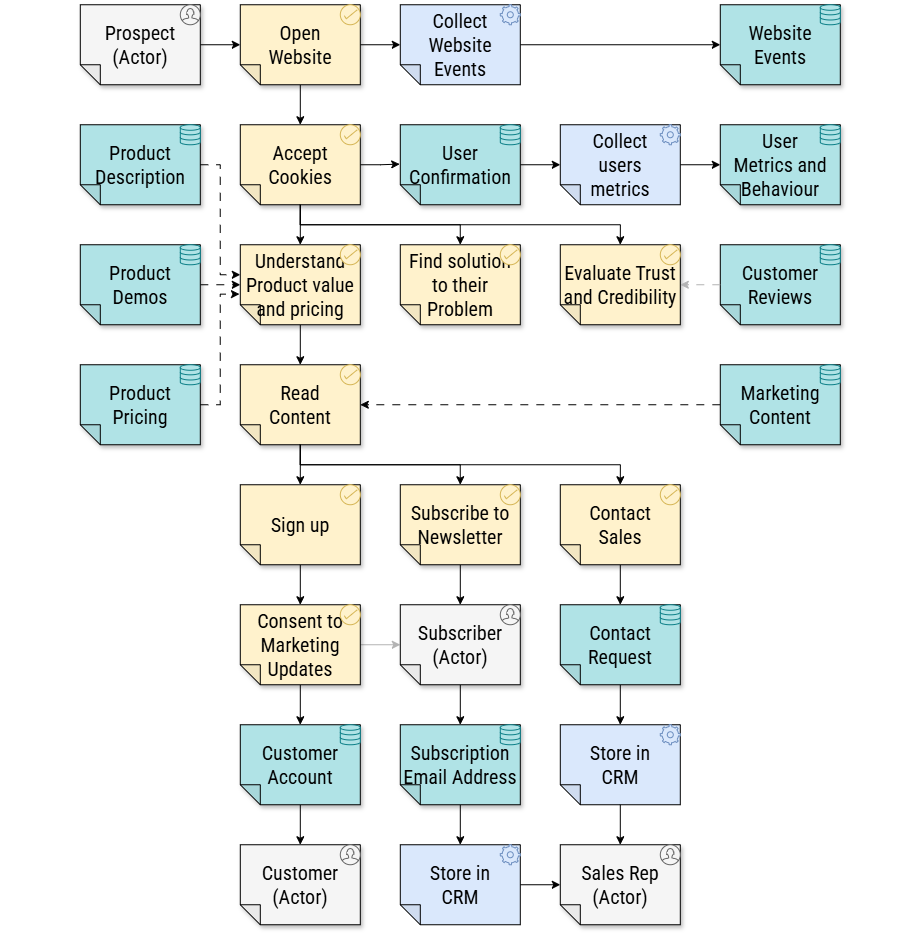
Above: chapter-06/figure-6.18.drawio.png in software-architecture-guild/modeling-software-architecture (draw.io), before the change. Source tidied: cells renumbered, new cells last; positions are measured from the earlier drawing's top-left corner, leaving out a move shared by most shapes.
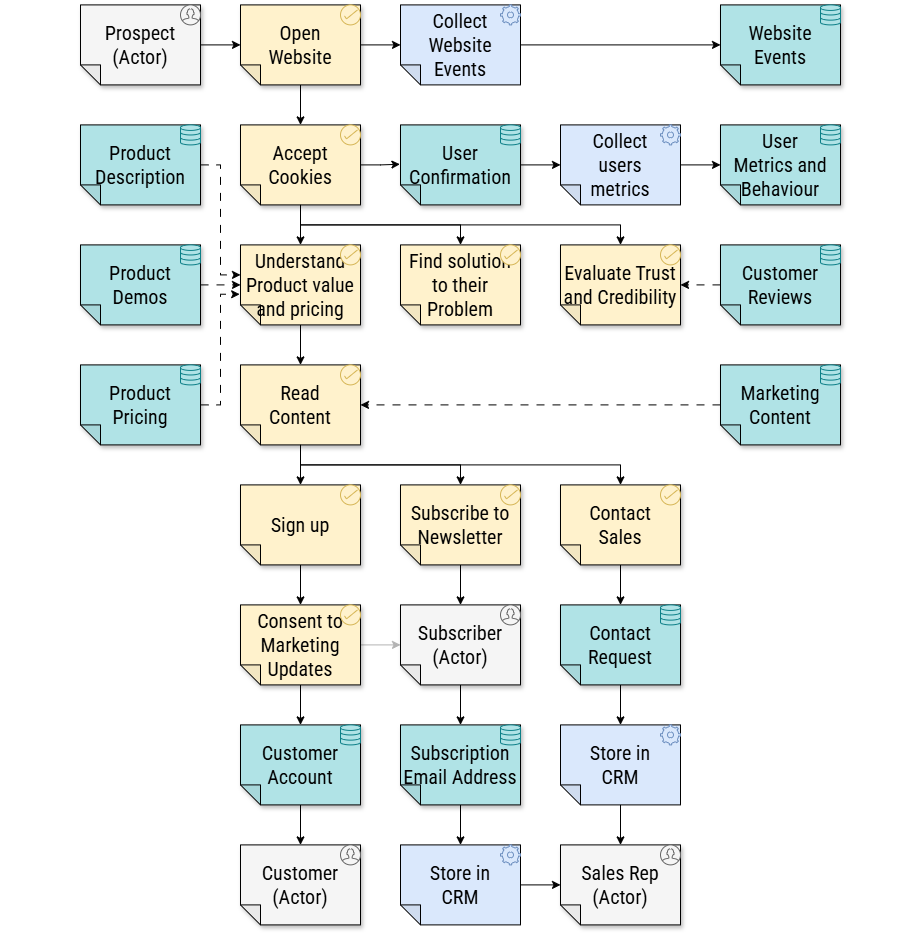
After the commit.

The edit, as a diff of the source:
```diff
@@ -242,7 +242,7 @@
     <mxCell id="81" style="html=1;verticalLabelPosition=bottom;align=center;labelBackgroundColor=#ffffff;verticalAlign=top;strokeWidth=1;shadow=0;dashed=0;shape=mxgraph.ios7.icons.data;fillColor=#b0e3e6;strokeColor=#0e8088;fontFamily=Roboto Condensed;fontSource=https%3A%2F%2Ffonts.googleapis.com%2Fcss%3Ffamily%3DRoboto%2BCondensed;fontSize=20;fontColor=#000000;" parent="1" vertex="1">
       <mxGeometry x="820" y="240" width="20" height="20" as="geometry" />
     </mxCell>
-    <mxCell id="82" style="edgeStyle=none;shape=connector;rounded=1;html=1;strokeColor=#B3B3B3;align=center;verticalAlign=middle;fontFamily=Helvetica;fontSize=11;fontColor=default;labelBackgroundColor=default;endArrow=classic;dashed=1;dashPattern=8 8;entryX=0;entryY=0.5;entryDx=0;entryDy=0;entryPerimeter=0;" parent="1" edge="1" target="30">
+    <mxCell id="82" style="edgeStyle=none;shape=connector;rounded=1;html=1;strokeColor=#000000;align=center;verticalAlign=middle;fontFamily=Helvetica;fontSize=11;fontColor=default;labelBackgroundColor=default;endArrow=classic;dashed=1;dashPattern=8 8;entryX=0;entryY=0.5;entryDx=0;entryDy=0;entryPerimeter=0;" parent="1" edge="1" target="30">
       <mxGeometry relative="1" as="geometry">
         <mxPoint x="720" y="280" as="sourcePoint" />
       </mxGeometry>
```
